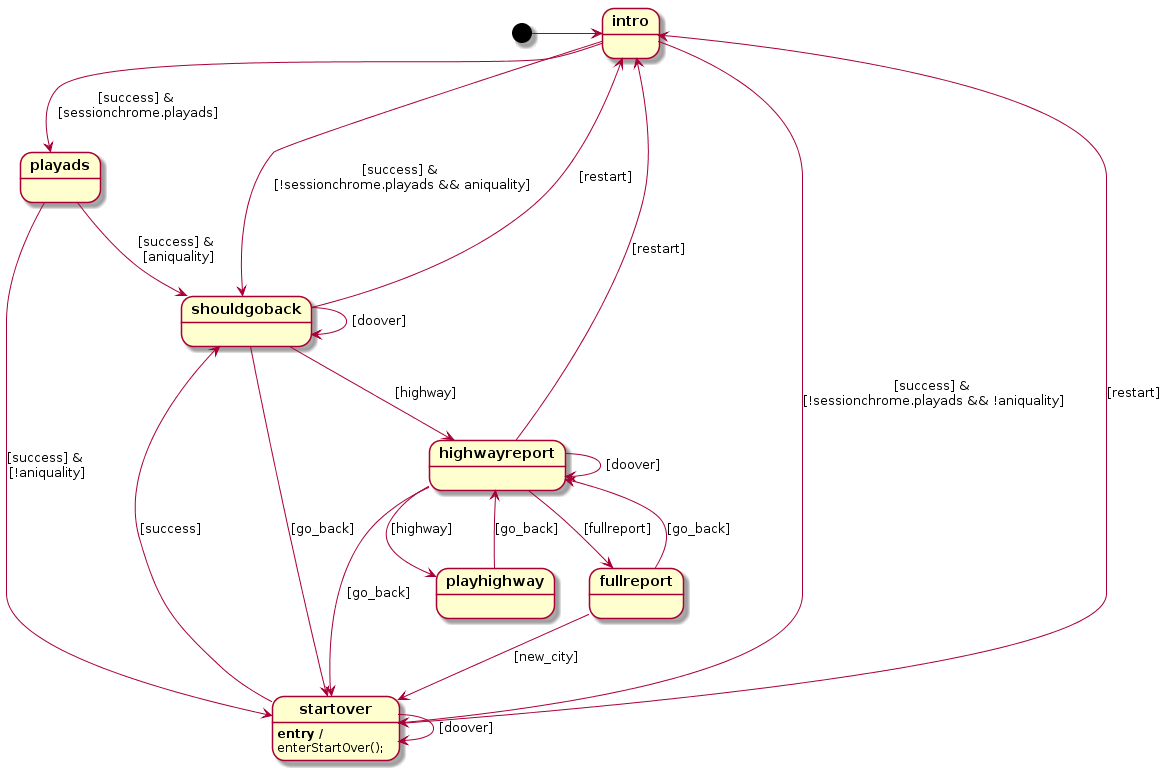
Above: img/traffic.png in mryndzionek/scxml2plantuml (PlantUML), before the change. Source of this version:
```plantuml
@startuml

skinparam state {
  FontStyle bold
}


[*] -> intro
    intro --> playads : [success] & \n[sessionchrome.playads]

    intro --> shouldgoback : [success] & \n[!sessionchrome.playads && aniquality]

    intro --> startover : [success] & \n[!sessionchrome.playads && !aniquality]

    playads --> shouldgoback : [success] & \n[aniquality]

    playads --> startover : [success] & \n[!aniquality]

startover : **entry /**
startover : enterStartOver();
    startover --> shouldgoback : [success]

    startover --> startover : [doover]

    startover --> intro : [restart]

    shouldgoback --> highwayreport : [highway]

    shouldgoback --> startover : [go_back]

    shouldgoback --> shouldgoback : [doover]

    shouldgoback --> intro : [restart]

    highwayreport --> playhighway : [highway]

    highwayreport --> startover : [go_back]

    highwayreport --> highwayreport : [doover]

    highwayreport --> fullreport : [fullreport]

    highwayreport --> intro : [restart]

    fullreport --> highwayreport : [go_back]

    fullreport --> startover : [new_city]

    playhighway --> highwayreport : [go_back]

@enduml
```
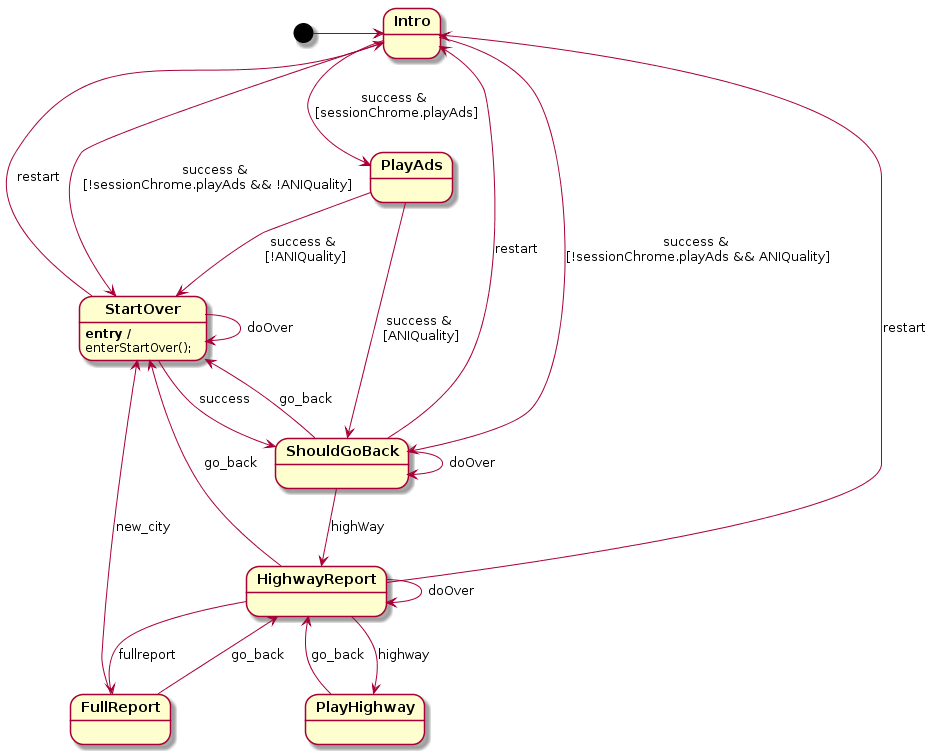
After the change.

The edit, as a diff of the source:
```diff
@@ -5,47 +5,68 @@
 }
 
 
-[*] -> intro
-    intro --> playads : [success] & \n[sessionchrome.playads]
+[*] -> Intro
+state Intro {
+    Intro --> PlayAds : success & \n[sessionChrome.playAds]
 
-    intro --> shouldgoback : [success] & \n[!sessionchrome.playads && aniquality]
+    Intro --> ShouldGoBack : success & \n[!sessionChrome.playAds && ANIQuality]
 
-    intro --> startover : [success] & \n[!sessionchrome.playads && !aniquality]
+    Intro --> StartOver : success & \n[!sessionChrome.playAds && !ANIQuality]
 
-    playads --> shouldgoback : [success] & \n[aniquality]
+}
 
-    playads --> startover : [success] & \n[!aniquality]
+state PlayAds {
+    PlayAds --> ShouldGoBack : success & \n[ANIQuality]
 
-startover : **entry /**
-startover : enterStartOver();
-    startover --> shouldgoback : [success]
+    PlayAds --> StartOver : success & \n[!ANIQuality]
 
-    startover --> startover : [doover]
+}
 
-    startover --> intro : [restart]
+state StartOver {
+StartOver : **entry /**
+StartOver : enterStartOver();
+    StartOver --> ShouldGoBack : success
 
-    shouldgoback --> highwayreport : [highway]
+    StartOver --> StartOver : doOver
 
-    shouldgoback --> startover : [go_back]
+    StartOver --> Intro : restart
 
-    shouldgoback --> shouldgoback : [doover]
+}
 
-    shouldgoback --> intro : [restart]
+state ShouldGoBack {
+    ShouldGoBack --> HighwayReport : highWay
 
-    highwayreport --> playhighway : [highway]
+    ShouldGoBack --> StartOver : go_back
 
-    highwayreport --> startover : [go_back]
+    ShouldGoBack --> ShouldGoBack : doOver
 
-    highwayreport --> highwayreport : [doover]
+    ShouldGoBack --> Intro : restart
 
-    highwayreport --> fullreport : [fullreport]
+}
 
-    highwayreport --> intro : [restart]
+state HighwayReport {
+    HighwayReport --> PlayHighway : highway
 
-    fullreport --> highwayreport : [go_back]
+    HighwayReport --> StartOver : go_back
 
-    fullreport --> startover : [new_city]
+    HighwayReport --> HighwayReport : doOver
 
-    playhighway --> highwayreport : [go_back]
+    HighwayReport --> FullReport : fullreport
+
+    HighwayReport --> Intro : restart
+
+}
+
+state FullReport {
+    FullReport --> HighwayReport : go_back
+
+    FullReport --> StartOver : new_city
+
+}
+
+state PlayHighway {
+    PlayHighway --> HighwayReport : go_back
+
+}
 
 @enduml
```
